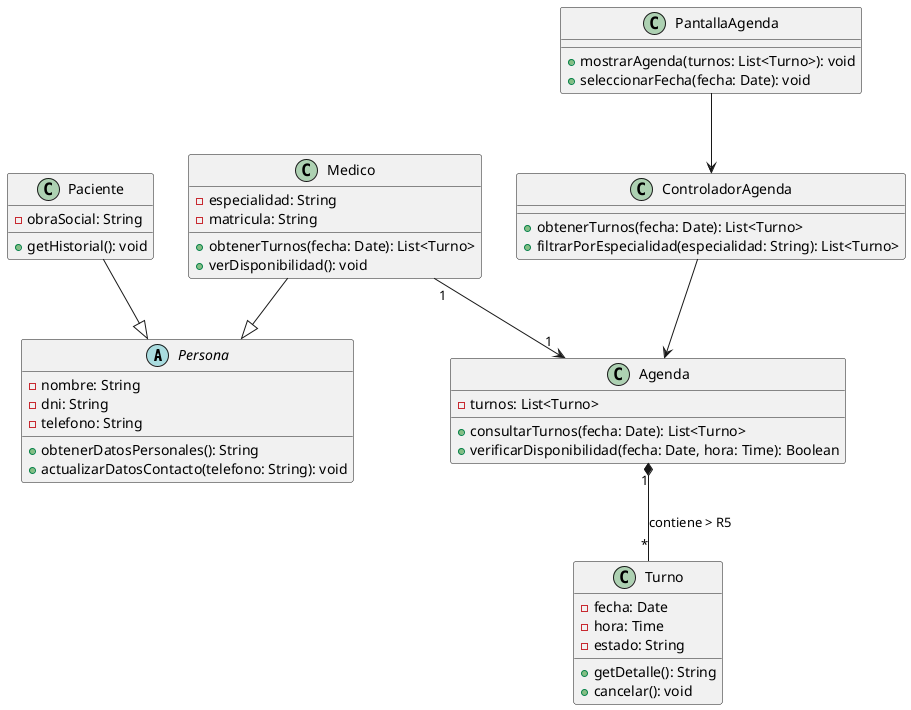
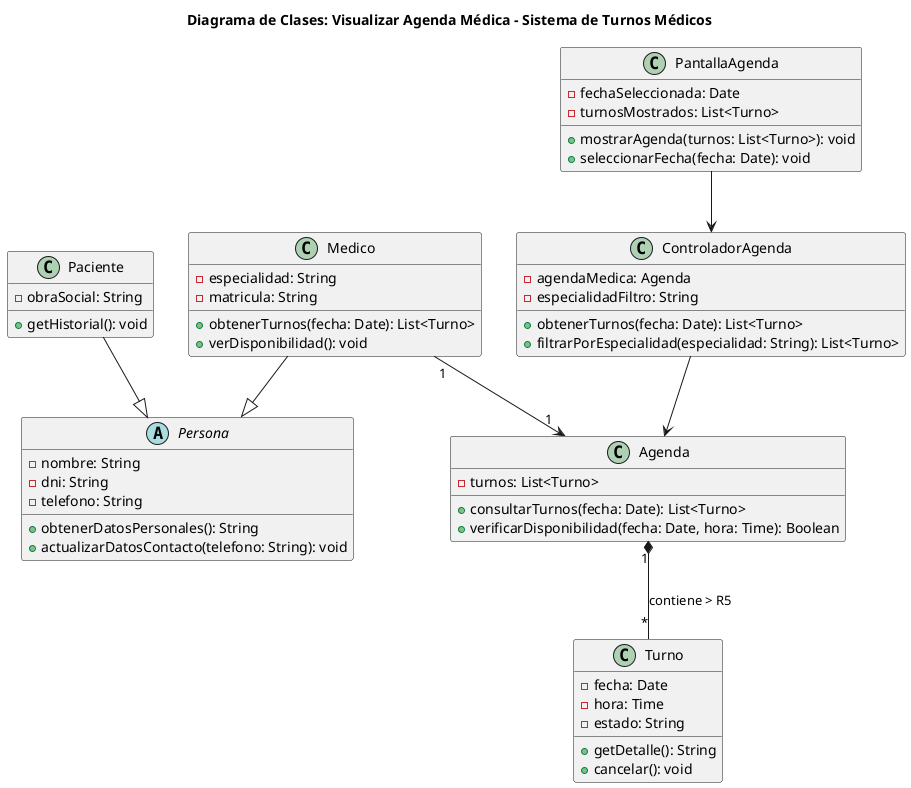
- @startuml
+ @startuml 04-clases-visualizar-agenda-medica-04
+ title Diagrama de Clases: Visualizar Agenda Médica - Sistema de Turnos Médicos
abstract class Persona {
    - nombre: String
    - dni: String
    - telefono: String
    + obtenerDatosPersonales(): String
    + actualizarDatosContacto(telefono: String): void
}

class Medico {
  - especialidad: String
  - matricula: String
  + obtenerTurnos(fecha: Date): List<Turno>
  + verDisponibilidad(): void
}

class Paciente {
  - obraSocial: String
  + getHistorial(): void
}

class PantallaAgenda {
-   + mostrarAgenda(turnos: List<Turno>): void
-   + seleccionarFecha(fecha: Date): void
+     - fechaSeleccionada: Date
+     - turnosMostrados: List<Turno>
+     + mostrarAgenda(turnos: List<Turno>): void
+     + seleccionarFecha(fecha: Date): void
}

class ControladorAgenda {
-   + obtenerTurnos(fecha: Date): List<Turno>
-   + filtrarPorEspecialidad(especialidad: String): List<Turno>
+     - agendaMedica: Agenda
+     - especialidadFiltro: String
+     + obtenerTurnos(fecha: Date): List<Turno>
+     + filtrarPorEspecialidad(especialidad: String): List<Turno>
}

class Agenda {
  - turnos: List<Turno>
  + consultarTurnos(fecha: Date): List<Turno>
  + verificarDisponibilidad(fecha: Date, hora: Time): Boolean
}

class Turno {
  - fecha: Date
  - hora: Time
  - estado: String
  + getDetalle(): String
  + cancelar(): void
}

Medico --|> Persona
Paciente --|> Persona
Medico "1" --> "1" Agenda
Agenda "1" *-- "*" Turno : contiene > R5
PantallaAgenda --> ControladorAgenda
ControladorAgenda --> Agenda
@enduml